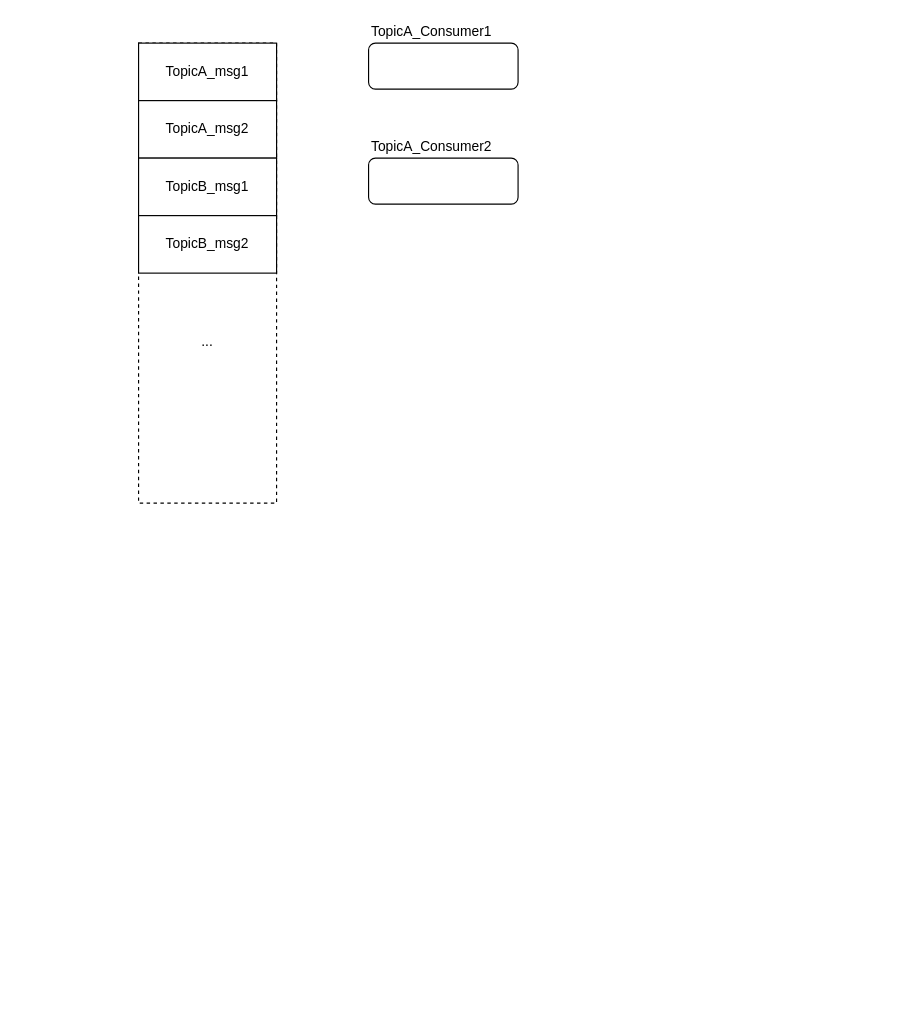
Before: RocketMQ_消息存储.drawio in bluefantasy2014/draw.io, a draw.io diagram. Source tidied: cells renumbered, new cells numbered last; positions are measured from the earlier drawing's top-left corner, leaving out a move shared by most shapes. Both pictures are drawn from the tidied source at 115%, with x=0, y=0 at pixel (138, 20).
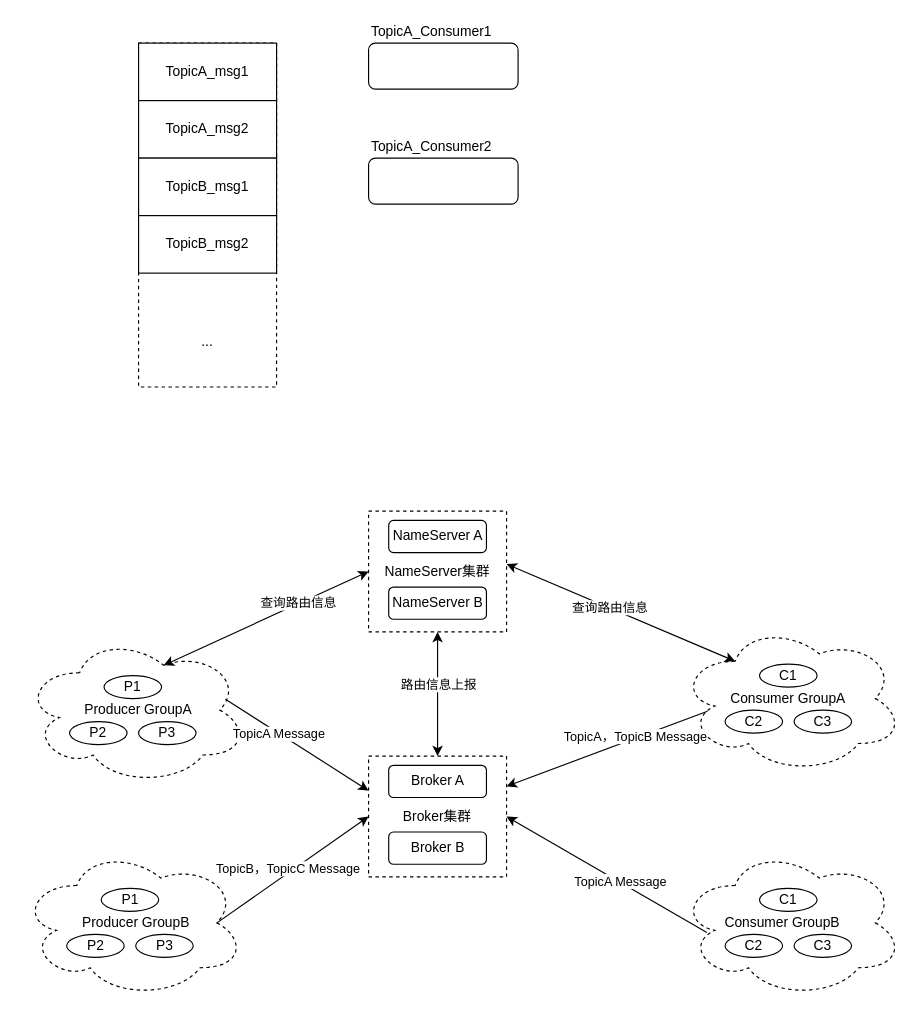
Above is the later version.

Change to the diagram source:
```diff
@@
+    <mxCell id="12" style="ellipse;shape=cloud;whiteSpace=wrap;html=1;dashed=1;" parent="1" vertex="1">
+      <mxGeometry x="-100" y="535" width="195" height="130" as="geometry" />
+    </mxCell>
     <mxCell id="2" style="rounded=0;whiteSpace=wrap;html=1;dashed=1;" parent="1" vertex="1">
-      <mxGeometry y="20" width="120" height="400" as="geometry" />
+      <mxGeometry y="20" width="120" height="299" as="geometry" />
     </mxCell>
@@
+    <mxCell id="13" value="Broker集群" style="rounded=0;whiteSpace=wrap;html=1;dashed=1;" parent="1" vertex="1">
+      <mxGeometry x="200" y="640" width="120" height="105" as="geometry" />
+    </mxCell>
+    <mxCell id="14" value="P1" style="ellipse;whiteSpace=wrap;html=1;" parent="1" vertex="1">
+      <mxGeometry x="-30" y="570" width="50" height="20" as="geometry" />
+    </mxCell>
+    <mxCell id="15" value="P3" style="ellipse;whiteSpace=wrap;html=1;" parent="1" vertex="1">
+      <mxGeometry y="610" width="50" height="20" as="geometry" />
+    </mxCell>
+    <mxCell id="16" value="P2" style="ellipse;whiteSpace=wrap;html=1;" parent="1" vertex="1">
+      <mxGeometry x="-60" y="610" width="50" height="20" as="geometry" />
+    </mxCell>
+    <mxCell id="17" value="Producer GroupA" style="text;html=1;strokeColor=none;fillColor=none;align=center;verticalAlign=middle;whiteSpace=wrap;rounded=0;" parent="1" vertex="1">
+      <mxGeometry x="-50" y="590" width="100" height="20" as="geometry" />
+    </mxCell>
+    <mxCell id="18" style="ellipse;shape=cloud;whiteSpace=wrap;html=1;dashed=1;" parent="1" vertex="1">
+      <mxGeometry x="-102.5" y="720" width="195" height="130" as="geometry" />
+    </mxCell>
+    <mxCell id="19" value="P1" style="ellipse;whiteSpace=wrap;html=1;" parent="1" vertex="1">
+      <mxGeometry x="-32.5" y="755" width="50" height="20" as="geometry" />
+    </mxCell>
+    <mxCell id="20" value="P3" style="ellipse;whiteSpace=wrap;html=1;" parent="1" vertex="1">
+      <mxGeometry x="-2.5" y="795" width="50" height="20" as="geometry" />
+    </mxCell>
+    <mxCell id="21" value="P2" style="ellipse;whiteSpace=wrap;html=1;" parent="1" vertex="1">
+      <mxGeometry x="-62.5" y="795" width="50" height="20" as="geometry" />
+    </mxCell>
+    <mxCell id="22" value="Producer GroupB" style="text;html=1;strokeColor=none;fillColor=none;align=center;verticalAlign=middle;whiteSpace=wrap;rounded=0;" parent="1" vertex="1">
+      <mxGeometry x="-52.5" y="775" width="100" height="20" as="geometry" />
+    </mxCell>
+    <mxCell id="23" style="endArrow=classic;html=1;exitX=0.9;exitY=0.427;exitDx=0;exitDy=0;exitPerimeter=0;" parent="1" edge="1" source="12">
+      <mxGeometry relative="1" as="geometry">
+        <mxPoint x="200" y="670" as="targetPoint" />
+      </mxGeometry>
+    </mxCell>
+    <mxCell id="24" value="TopicA Message" style="edgeLabel;html=1;align=center;verticalAlign=middle;" parent="23" vertex="1">
+      <mxGeometry x="-0.26" relative="1" as="geometry" />
+    </mxCell>
+    <mxCell id="25" style="endArrow=classic;html=1;exitX=0.875;exitY=0.5;exitDx=0;exitDy=0;exitPerimeter=0;entryX=0;entryY=0.5;entryDx=0;entryDy=0;" parent="1" edge="1" source="18" target="13">
+      <mxGeometry relative="1" as="geometry" />
+    </mxCell>
+    <mxCell id="26" value="TopicB，TopicC Message" style="edgeLabel;html=1;align=center;verticalAlign=middle;" parent="25" vertex="1">
+      <mxGeometry x="0.11" y="-1" relative="1" as="geometry">
+        <mxPoint x="-12.1" y="2.7" as="offset" />
+      </mxGeometry>
+    </mxCell>
+    <mxCell id="27" style="ellipse;shape=cloud;whiteSpace=wrap;html=1;dashed=1;" parent="1" vertex="1">
+      <mxGeometry x="470" y="525" width="195" height="130" as="geometry" />
+    </mxCell>
+    <mxCell id="28" value="C1" style="ellipse;whiteSpace=wrap;html=1;" parent="1" vertex="1">
+      <mxGeometry x="540" y="560" width="50" height="20" as="geometry" />
+    </mxCell>
+    <mxCell id="29" value="C3" style="ellipse;whiteSpace=wrap;html=1;" parent="1" vertex="1">
+      <mxGeometry x="570" y="600" width="50" height="20" as="geometry" />
+    </mxCell>
+    <mxCell id="30" value="C2" style="ellipse;whiteSpace=wrap;html=1;" parent="1" vertex="1">
+      <mxGeometry x="510" y="600" width="50" height="20" as="geometry" />
+    </mxCell>
+    <mxCell id="31" value="Consumer GroupA" style="text;html=1;strokeColor=none;fillColor=none;align=center;verticalAlign=middle;whiteSpace=wrap;rounded=0;" parent="1" vertex="1">
+      <mxGeometry x="510" y="580" width="110" height="20" as="geometry" />
+    </mxCell>
+    <mxCell id="32" style="ellipse;shape=cloud;whiteSpace=wrap;html=1;dashed=1;" parent="1" vertex="1">
+      <mxGeometry x="470" y="720" width="195" height="130" as="geometry" />
+    </mxCell>
+    <mxCell id="33" value="C1" style="ellipse;whiteSpace=wrap;html=1;" parent="1" vertex="1">
+      <mxGeometry x="540" y="755" width="50" height="20" as="geometry" />
+    </mxCell>
+    <mxCell id="34" value="C3" style="ellipse;whiteSpace=wrap;html=1;" parent="1" vertex="1">
+      <mxGeometry x="570" y="795" width="50" height="20" as="geometry" />
+    </mxCell>
+    <mxCell id="35" value="C2" style="ellipse;whiteSpace=wrap;html=1;" parent="1" vertex="1">
+      <mxGeometry x="510" y="795" width="50" height="20" as="geometry" />
+    </mxCell>
+    <mxCell id="36" value="Consumer GroupB" style="text;html=1;strokeColor=none;fillColor=none;align=center;verticalAlign=middle;whiteSpace=wrap;rounded=0;" parent="1" vertex="1">
+      <mxGeometry x="500" y="775" width="120" height="20" as="geometry" />
+    </mxCell>
+    <mxCell id="37" style="endArrow=classic;html=1;exitX=0.127;exitY=0.584;exitDx=0;exitDy=0;exitPerimeter=0;entryX=1;entryY=0.25;entryDx=0;entryDy=0;" parent="1" edge="1" source="27" target="13">
+      <mxGeometry relative="1" as="geometry" />
+    </mxCell>
+    <mxCell id="38" value="TopicA，TopicB Message" style="edgeLabel;html=1;align=center;verticalAlign=middle;" parent="37" vertex="1">
+      <mxGeometry x="-0.28" y="-2" relative="1" as="geometry" />
+    </mxCell>
+    <mxCell id="39" style="endArrow=classic;html=1;exitX=0.124;exitY=0.564;exitDx=0;exitDy=0;exitPerimeter=0;entryX=1;entryY=0.5;entryDx=0;entryDy=0;" parent="1" edge="1" source="32" target="13">
+      <mxGeometry relative="1" as="geometry" />
+    </mxCell>
+    <mxCell id="40" value="TopicA Message" style="edgeLabel;html=1;align=center;verticalAlign=middle;" parent="39" vertex="1">
+      <mxGeometry x="-0.13" y="-1" relative="1" as="geometry" />
+    </mxCell>
+    <mxCell id="41" value="Broker A" style="rounded=1;whiteSpace=wrap;html=1;" parent="1" vertex="1">
+      <mxGeometry x="217.5" y="648" width="85" height="28" as="geometry" />
+    </mxCell>
+    <mxCell id="42" value="Broker B" style="rounded=1;whiteSpace=wrap;html=1;" parent="1" vertex="1">
+      <mxGeometry x="217.5" y="706" width="85" height="28" as="geometry" />
+    </mxCell>
+    <mxCell id="43" value="NameServer集群" style="rounded=0;whiteSpace=wrap;html=1;dashed=1;" parent="1" vertex="1">
+      <mxGeometry x="200" y="427" width="120" height="105" as="geometry" />
+    </mxCell>
+    <mxCell id="44" value="NameServer A" style="rounded=1;whiteSpace=wrap;html=1;" parent="1" vertex="1">
+      <mxGeometry x="217.5" y="435" width="85" height="28" as="geometry" />
+    </mxCell>
+    <mxCell id="45" value="NameServer B" style="rounded=1;whiteSpace=wrap;html=1;" parent="1" vertex="1">
+      <mxGeometry x="217.5" y="493" width="85" height="28" as="geometry" />
+    </mxCell>
+    <mxCell id="46" style="endArrow=classic;startArrow=classic;html=1;exitX=0.625;exitY=0.2;exitDx=0;exitDy=0;exitPerimeter=0;entryX=0;entryY=0.5;entryDx=0;entryDy=0;" parent="1" edge="1" source="12" target="43">
+      <mxGeometry relative="1" as="geometry" />
+    </mxCell>
+    <mxCell id="47" value="查询路由信息" style="edgeLabel;html=1;align=center;verticalAlign=middle;" parent="46" vertex="1">
+      <mxGeometry x="0.32" y="1" relative="1" as="geometry" />
+    </mxCell>
+    <mxCell id="48" style="endArrow=classic;startArrow=classic;html=1;entryX=0.25;entryY=0.25;entryDx=0;entryDy=0;entryPerimeter=0;exitX=1;exitY=0.438;exitDx=0;exitDy=0;exitPerimeter=0;" parent="1" edge="1" source="43" target="27">
+      <mxGeometry relative="1" as="geometry" />
+    </mxCell>
+    <mxCell id="49" value="查询路由信息" style="edgeLabel;html=1;align=center;verticalAlign=middle;" parent="48" vertex="1">
+      <mxGeometry x="-0.1" y="1" relative="1" as="geometry" />
+    </mxCell>
+    <mxCell id="50" style="endArrow=classic;startArrow=classic;html=1;entryX=0.5;entryY=1;entryDx=0;entryDy=0;exitX=0.5;exitY=0;exitDx=0;exitDy=0;" parent="1" edge="1" source="13" target="43">
+      <mxGeometry relative="1" as="geometry" />
+    </mxCell>
+    <mxCell id="51" value="路由信息上报" style="edgeLabel;html=1;align=center;verticalAlign=middle;" parent="50" vertex="1">
+      <mxGeometry x="0.16" relative="1" as="geometry" />
+    </mxCell>
```
